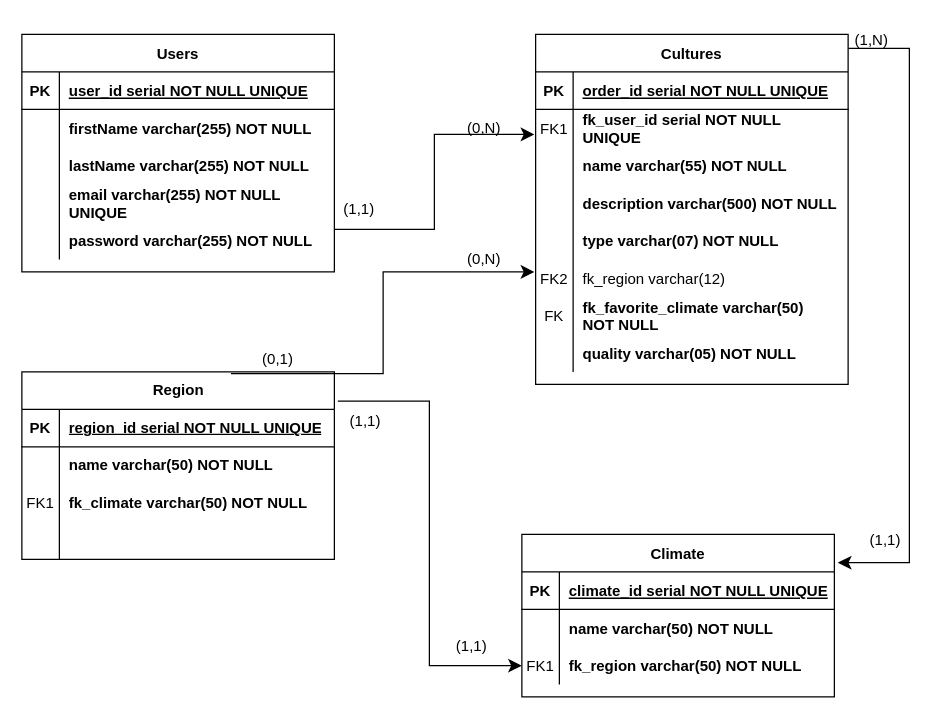
This is entity-diagram.drawio from kellysondias/sungarden-api, a draw.io file, before an edit. Source tidied: cells renumbered, new cells numbered last; positions are measured from the earlier drawing's top-left corner, leaving out a move shared by most shapes. Both pictures are drawn from the tidied source at 125%, with x=0, y=0 at pixel (21, 21).
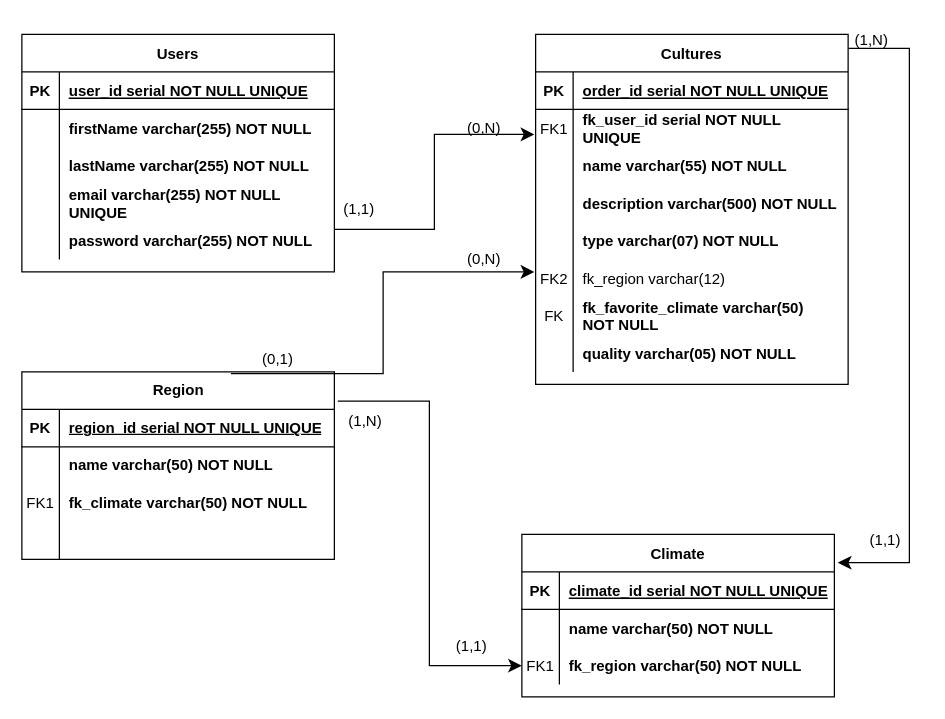
Above is the later version.

What changed in the source:
```diff
@@
-    <mxCell id="74" value="(1,1)" style="text;html=1;strokeColor=none;fillColor=none;align=center;verticalAlign=middle;whiteSpace=wrap;overflow=hidden;" parent="1" vertex="1">
+    <mxCell id="74" value="(1,N)" style="text;html=1;strokeColor=none;fillColor=none;align=center;verticalAlign=middle;whiteSpace=wrap;overflow=hidden;" parent="1" vertex="1">
       <mxGeometry x="240" y="310" width="70" height="20" as="geometry" />
     </mxCell>
```
